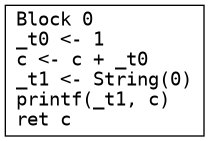
This is foo.png from seanchuck/compiler-s25, a Graphviz export, as it was before one commit. Its source is kept beside it as foo.dot.
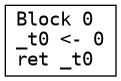
Later version of the same file.

Change to the diagram source:
```diff
@@ -1,4 +1,4 @@
 digraph CFG {
   node [shape=box fontname="monospace"];
-  0 [label="Block 0\l_t0 <- 1\lc <- c + _t0\l_t1 <- String(0)\lprintf(_t1, c)\lret c\l"];
+  0 [label="Block 0\l_t0 <- 0\lret _t0\l"];
 }
```
